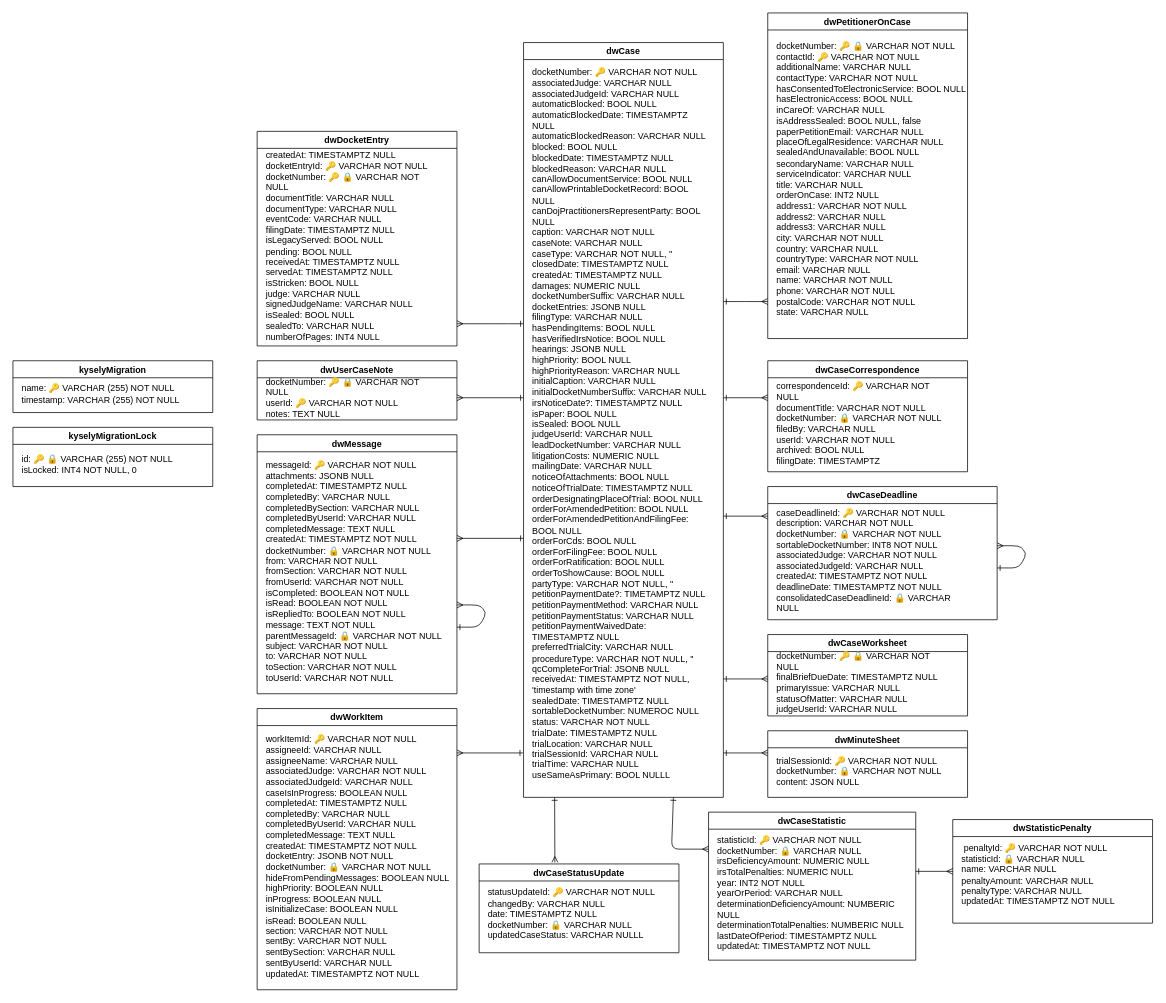
The draw.io diagram docs/postgres/postgres-erd.drawio in ustaxcourt/ef-cms, before the edit. Source tidied: cells renumbered, new cells numbered last; positions are measured from the earlier drawing's top-left corner, leaving out a move shared by most shapes. Both pictures are drawn from the tidied source at 74%, with x=0, y=0 at pixel (13, 13).
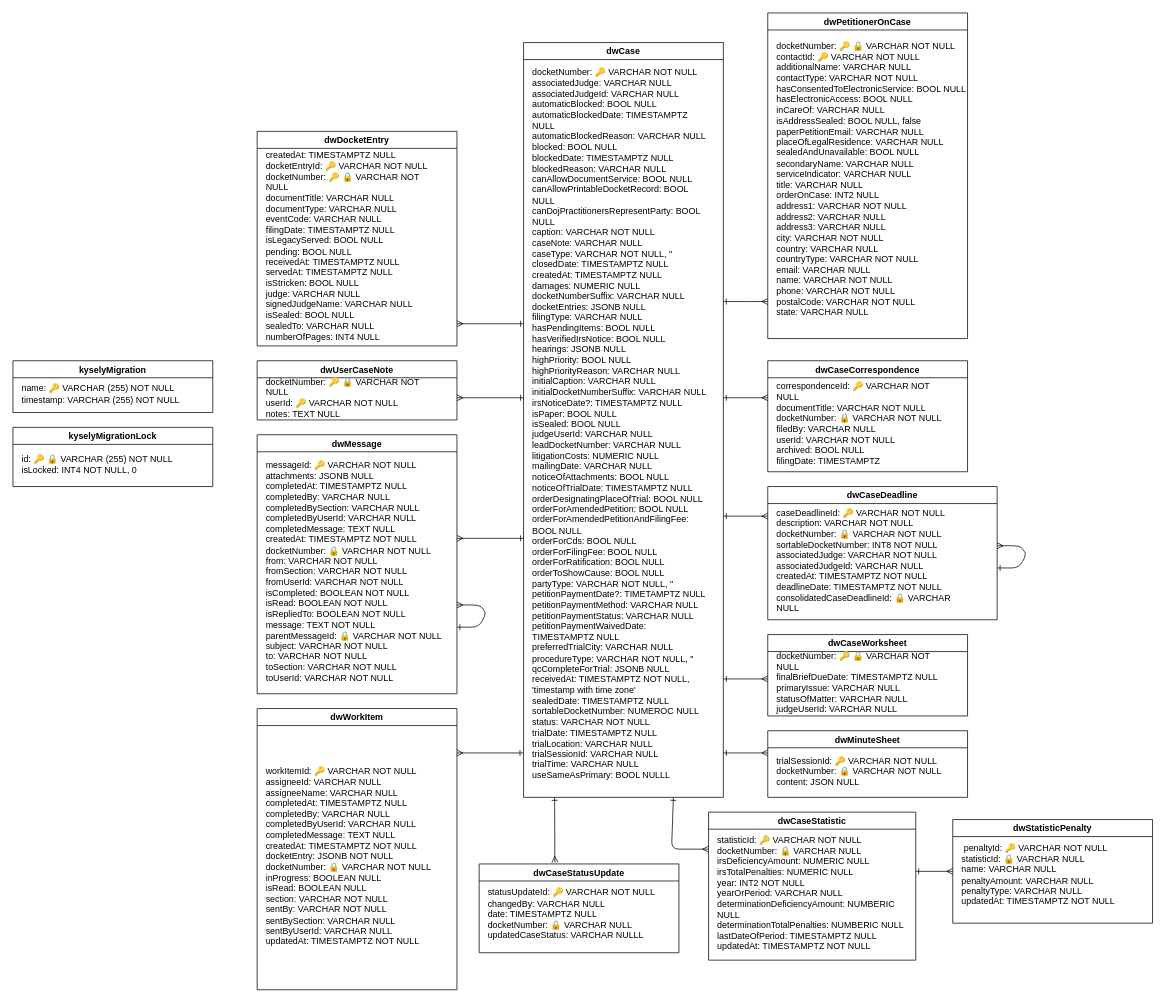
The same page after the edit.

Commit message:
10103: Update entity diagram

Unchanged cells that the change refers to:
```xml
<mxCell id="7" value="dwWorkItem" style="swimlane;" parent="1" vertex="1">
  <mxGeometry x="330" y="940" width="270" height="380" as="geometry" />
</mxCell>
```

Diff of the diagram source:
```diff
@@
-    <mxCell id="8" value="&lt;div&gt;&lt;font color=&quot;#000000&quot;&gt;workItemId: 🔑 VARCHAR NOT NULL&lt;/font&gt;&lt;/div&gt;&lt;div&gt;&lt;font color=&quot;#000000&quot;&gt;assigneeId: VARCHAR NULL&lt;/font&gt;&lt;/div&gt;&lt;div&gt;&lt;font color=&quot;#000000&quot;&gt;assigneeName: VARCHAR NULL&lt;/font&gt;&lt;/div&gt;&lt;div&gt;&lt;font color=&quot;#000000&quot;&gt;associatedJudge: VARCHAR NOT NULL&lt;/font&gt;&lt;/div&gt;&lt;div&gt;&lt;font color=&quot;#000000&quot;&gt;associatedJudgeId: VARCHAR NULL&lt;/font&gt;&lt;/div&gt;&lt;div&gt;&lt;font color=&quot;#000000&quot;&gt;caseIsInProgress: BOOLEAN NULL&lt;/font&gt;&lt;/div&gt;&lt;div&gt;&lt;font color=&quot;#000000&quot;&gt;completedAt: TIMESTAMPTZ NULL&lt;/font&gt;&lt;/div&gt;&lt;div&gt;&lt;font color=&quot;#000000&quot;&gt;completedBy: VARCHAR NULL&lt;/font&gt;&lt;/div&gt;&lt;div&gt;&lt;font color=&quot;#000000&quot;&gt;completedByUserId: VARCHAR NULL&lt;/font&gt;&lt;/div&gt;&lt;div&gt;&lt;font color=&quot;#000000&quot;&gt;completedMessage: TEXT NULL&lt;/font&gt;&lt;/div&gt;&lt;div&gt;&lt;font color=&quot;#000000&quot;&gt;createdAt: TIMESTAMPTZ NOT NULL&lt;/font&gt;&lt;/div&gt;&lt;div&gt;&lt;font color=&quot;#000000&quot;&gt;docketEntry: JSONB NOT NULL&lt;/font&gt;&lt;/div&gt;&lt;div&gt;&lt;font color=&quot;#000000&quot;&gt;docketNumber:&amp;nbsp;&lt;/font&gt;&lt;span style=&quot;color: rgb(0, 0, 0); background-color: transparent;&quot;&gt;🔒&amp;nbsp;&lt;/span&gt;&lt;span style=&quot;background-color: transparent;&quot;&gt;VARCHAR NOT NULL&lt;/span&gt;&lt;/div&gt;&lt;div&gt;&lt;font color=&quot;#000000&quot;&gt;hideFromPendingMessages: BOOLEAN NULL&lt;/font&gt;&lt;/div&gt;&lt;div&gt;&lt;font color=&quot;#000000&quot;&gt;highPriority: BOOLEAN NULL&lt;/font&gt;&lt;/div&gt;&lt;div&gt;&lt;font color=&quot;#000000&quot;&gt;inProgress: BOOLEAN NULL&lt;/font&gt;&lt;/div&gt;&lt;div&gt;&lt;font color=&quot;#000000&quot;&gt;isInitializeCase: BOOLEAN NULL&lt;/font&gt;&lt;/div&gt;&lt;div&gt;&lt;font color=&quot;#000000&quot;&gt;isRead: BOOLEAN NULL&lt;/font&gt;&lt;/div&gt;&lt;div&gt;&lt;font color=&quot;#000000&quot;&gt;section: VARCHAR NOT NULL&lt;/font&gt;&lt;/div&gt;&lt;div&gt;&lt;font color=&quot;#000000&quot;&gt;sentBy: VARCHAR NOT NULL&lt;/font&gt;&lt;/div&gt;&lt;div&gt;&lt;font color=&quot;#000000&quot;&gt;sentBySection: VARCHAR NULL&lt;/font&gt;&lt;/div&gt;&lt;div&gt;&lt;font color=&quot;#000000&quot;&gt;sentByUserId: VARCHAR NULL&lt;/font&gt;&lt;/div&gt;&lt;div&gt;&lt;font color=&quot;#000000&quot;&gt;updatedAt: TIMESTAMPTZ NOT NULL&lt;/font&gt;&lt;/div&gt;" style="text;html=1;align=left;verticalAlign=middle;whiteSpace=wrap;rounded=0;" parent="7" vertex="1">
+    <mxCell id="8" value="&lt;div&gt;&lt;font color=&quot;#000000&quot;&gt;workItemId: 🔑 VARCHAR NOT NULL&lt;/font&gt;&lt;/div&gt;&lt;div&gt;&lt;font color=&quot;#000000&quot;&gt;assigneeId: VARCHAR NULL&lt;/font&gt;&lt;/div&gt;&lt;div&gt;&lt;font color=&quot;#000000&quot;&gt;assigneeName: VARCHAR NULL&lt;/font&gt;&lt;/div&gt;&lt;div&gt;&lt;span style=&quot;background-color: transparent;&quot;&gt;completedAt: TIMESTAMPTZ NULL&lt;/span&gt;&lt;/div&gt;&lt;div&gt;&lt;font color=&quot;#000000&quot;&gt;completedBy: VARCHAR NULL&lt;/font&gt;&lt;/div&gt;&lt;div&gt;&lt;font color=&quot;#000000&quot;&gt;completedByUserId: VARCHAR NULL&lt;/font&gt;&lt;/div&gt;&lt;div&gt;&lt;font color=&quot;#000000&quot;&gt;completedMessage: TEXT NULL&lt;/font&gt;&lt;/div&gt;&lt;div&gt;&lt;font color=&quot;#000000&quot;&gt;createdAt: TIMESTAMPTZ NOT NULL&lt;/font&gt;&lt;/div&gt;&lt;div&gt;&lt;font color=&quot;#000000&quot;&gt;docketEntry: JSONB NOT NULL&lt;/font&gt;&lt;/div&gt;&lt;div&gt;&lt;font color=&quot;#000000&quot;&gt;docketNumber:&amp;nbsp;&lt;/font&gt;&lt;span style=&quot;color: rgb(0, 0, 0); background-color: transparent;&quot;&gt;🔒&amp;nbsp;&lt;/span&gt;&lt;span style=&quot;background-color: transparent;&quot;&gt;VARCHAR NOT NULL&lt;/span&gt;&lt;/div&gt;&lt;div&gt;&lt;span style=&quot;background-color: transparent;&quot;&gt;inProgress: BOOLEAN NULL&lt;/span&gt;&lt;/div&gt;&lt;div&gt;&lt;span style=&quot;background-color: transparent;&quot;&gt;isRead: BOOLEAN NULL&lt;/span&gt;&lt;/div&gt;&lt;div&gt;&lt;font color=&quot;#000000&quot;&gt;section: VARCHAR NOT NULL&lt;/font&gt;&lt;/div&gt;&lt;div&gt;&lt;font color=&quot;#000000&quot;&gt;sentBy: VARCHAR NOT NULL&lt;/font&gt;&lt;/div&gt;&lt;div&gt;&lt;font color=&quot;#000000&quot;&gt;sentBySection: VARCHAR NULL&lt;/font&gt;&lt;/div&gt;&lt;div&gt;&lt;font color=&quot;#000000&quot;&gt;sentByUserId: VARCHAR NULL&lt;/font&gt;&lt;/div&gt;&lt;div&gt;&lt;font color=&quot;#000000&quot;&gt;updatedAt: TIMESTAMPTZ NOT NULL&lt;/font&gt;&lt;/div&gt;" style="text;html=1;align=left;verticalAlign=middle;whiteSpace=wrap;rounded=0;" parent="7" vertex="1">
       <mxGeometry x="10" y="30" width="260" height="340" as="geometry" />
     </mxCell>
```
